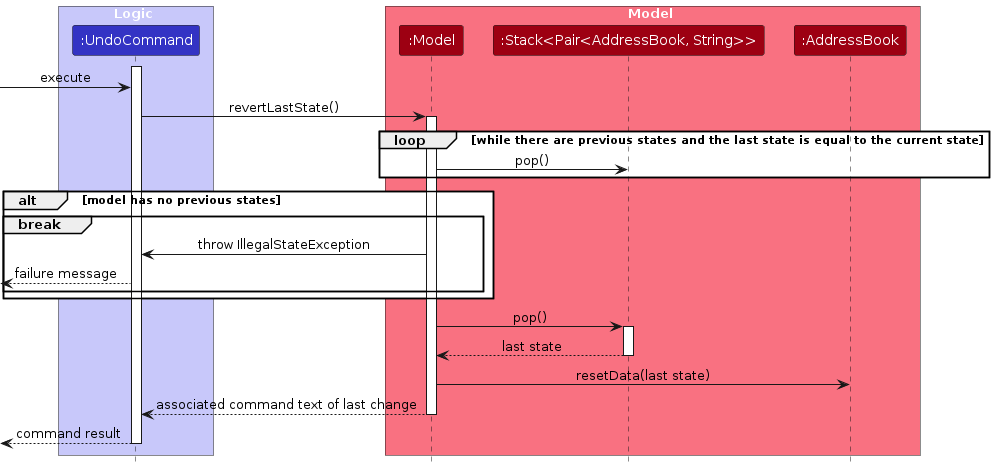
The PlantUML diagram diagrams/UndoSequenceDiagram-Logic.png in AY2425S2-CS2103T-T10-1/tp, before a commit. Its source is kept beside it as diagrams/UndoSequenceDiagram-Logic.puml. Source of this version:
```plantuml
@startuml
!include style.puml
skinparam ArrowFontStyle plain

box Logic LOGIC_COLOR_T1
participant ":UndoCommand" as UC LOGIC_COLOR
end box

box Model MODEL_COLOR_T1
participant ":Model" as Model MODEL_COLOR
participant ":Stack<Pair<AddressBook, String>>" as Stack MODEL_COLOR
participant ":AddressBook" as AB MODEL_COLOR
end box

activate UC
[-> UC : execute

UC -> Model: revertLastState()
activate Model
loop while there are previous states and the last state is equal to the current state
    Model -> Stack: pop()
end loop
    alt model has no previous states
        break
        Model -> UC: throw IllegalStateException
        [<--UC: failure message
        end break
    end alt
    Model -> Stack: pop()
    activate Stack
        return last state
    deactivate Stack
    Model -> AB: resetData(last state)
    Model --> UC: associated command text of last change
deactivate Model

[<--UC : command result
deactivate UC

@enduml
```
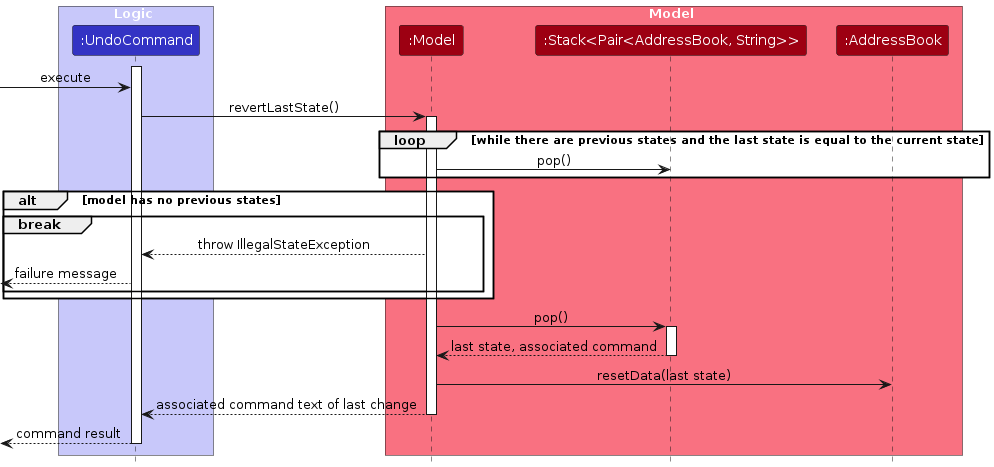
After the commit.

Diff of the diagram source:
```diff
@@ -22,13 +22,13 @@
 end loop
     alt model has no previous states
         break
-        Model -> UC: throw IllegalStateException
+        Model --> UC: throw IllegalStateException
         [<--UC: failure message
         end break
     end alt
     Model -> Stack: pop()
     activate Stack
-        return last state
+        return last state, associated command
     deactivate Stack
     Model -> AB: resetData(last state)
     Model --> UC: associated command text of last change
```
